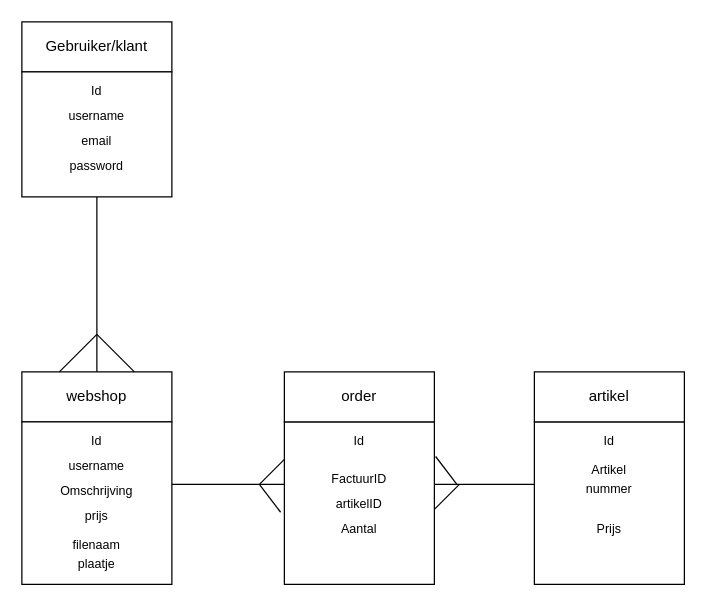
This is Diagrams/erd.drawio from OmerS7/educom-webshop-database-1695135881, a draw.io file, before an edit. Source tidied: cells renumbered, new cells numbered last; positions are measured from the earlier drawing's top-left corner, leaving out a move shared by most shapes. Both pictures are drawn from the tidied source at 125%, with x=0, y=0 at pixel (21, 21).
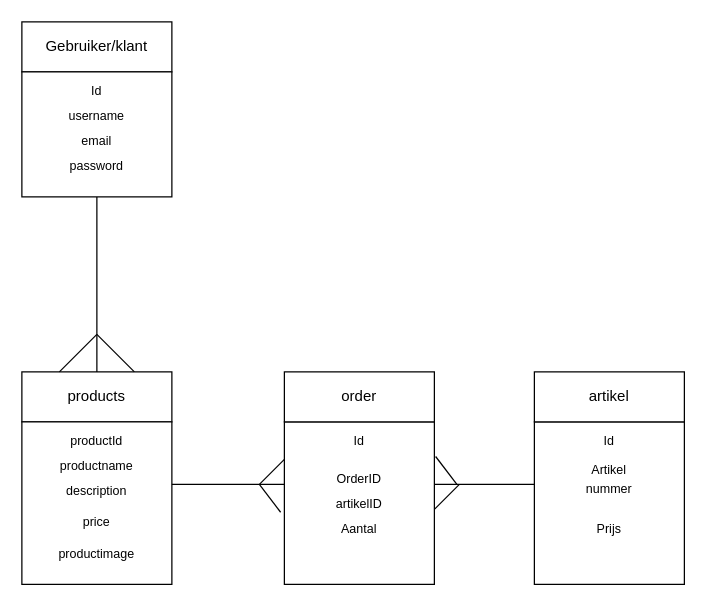
After the change.

Commit message (it also covers changes not shown here):
erd aangevuld

Change to the diagram source:
```diff
@@
-    <mxCell id="2" value="webshop" style="rounded=0;whiteSpace=wrap;html=1;" parent="1" vertex="1">
+    <mxCell id="2" value="products" style="rounded=0;whiteSpace=wrap;html=1;" parent="1" vertex="1">
       <mxGeometry y="280" width="120" height="40" as="geometry" />
     </mxCell>
@@
-    <mxCell id="4" value="&lt;font style=&quot;font-size: 10px;&quot;&gt;Id&lt;/font&gt;" style="text;html=1;strokeColor=none;fillColor=none;align=center;verticalAlign=middle;whiteSpace=wrap;rounded=0;" parent="1" vertex="1">
+    <mxCell id="4" value="&lt;font style=&quot;font-size: 10px;&quot;&gt;productId&lt;/font&gt;" style="text;html=1;strokeColor=none;fillColor=none;align=center;verticalAlign=middle;whiteSpace=wrap;rounded=0;" parent="1" vertex="1">
       <mxGeometry x="50" y="330" width="20" height="10" as="geometry" />
     </mxCell>
-    <mxCell id="5" value="&lt;font style=&quot;font-size: 10px;&quot;&gt;username&lt;/font&gt;" style="text;html=1;strokeColor=none;fillColor=none;align=center;verticalAlign=middle;whiteSpace=wrap;rounded=0;" parent="1" vertex="1">
+    <mxCell id="5" value="&lt;span style=&quot;font-size: 10px;&quot;&gt;productname&lt;/span&gt;" style="text;html=1;strokeColor=none;fillColor=none;align=center;verticalAlign=middle;whiteSpace=wrap;rounded=0;" parent="1" vertex="1">
       <mxGeometry x="50" y="350" width="20" height="10" as="geometry" />
     </mxCell>
-    <mxCell id="6" value="&lt;font style=&quot;font-size: 10px;&quot;&gt;Omschrijving&lt;/font&gt;" style="text;html=1;strokeColor=none;fillColor=none;align=center;verticalAlign=middle;whiteSpace=wrap;rounded=0;" parent="1" vertex="1">
+    <mxCell id="6" value="&lt;font style=&quot;font-size: 10px;&quot;&gt;description&lt;/font&gt;" style="text;html=1;strokeColor=none;fillColor=none;align=center;verticalAlign=middle;whiteSpace=wrap;rounded=0;" parent="1" vertex="1">
       <mxGeometry x="50" y="370" width="20" height="10" as="geometry" />
     </mxCell>
-    <mxCell id="7" value="&lt;font style=&quot;font-size: 10px;&quot;&gt;prijs&lt;/font&gt;" style="text;html=1;strokeColor=none;fillColor=none;align=center;verticalAlign=middle;whiteSpace=wrap;rounded=0;" parent="1" vertex="1">
-      <mxGeometry x="50" y="390" width="20" height="10" as="geometry" />
+    <mxCell id="7" value="&lt;font style=&quot;font-size: 10px;&quot;&gt;price&lt;/font&gt;" style="text;html=1;strokeColor=none;fillColor=none;align=center;verticalAlign=middle;whiteSpace=wrap;rounded=0;" parent="1" vertex="1">
+      <mxGeometry x="50" y="395" width="20" height="10" as="geometry" />
     </mxCell>
-    <mxCell id="8" value="&lt;font style=&quot;font-size: 10px;&quot;&gt;filenaam plaatje&lt;/font&gt;" style="text;html=1;strokeColor=none;fillColor=none;align=center;verticalAlign=middle;whiteSpace=wrap;rounded=0;" parent="1" vertex="1">
+    <mxCell id="8" value="&lt;font style=&quot;font-size: 10px;&quot;&gt;productimage&lt;/font&gt;" style="text;html=1;strokeColor=none;fillColor=none;align=center;verticalAlign=middle;whiteSpace=wrap;rounded=0;" parent="1" vertex="1">
       <mxGeometry x="50" y="420" width="20" height="10" as="geometry" />
     </mxCell>
@@
-    <mxCell id="28" value="&lt;font style=&quot;font-size: 10px;&quot;&gt;FactuurID&lt;/font&gt;" style="text;html=1;strokeColor=none;fillColor=none;align=center;verticalAlign=middle;whiteSpace=wrap;rounded=0;" parent="1" vertex="1">
+    <mxCell id="28" value="&lt;font style=&quot;font-size: 10px;&quot;&gt;OrderID&lt;/font&gt;" style="text;html=1;strokeColor=none;fillColor=none;align=center;verticalAlign=middle;whiteSpace=wrap;rounded=0;" parent="1" vertex="1">
       <mxGeometry x="260" y="360" width="20" height="10" as="geometry" />
     </mxCell>
```
